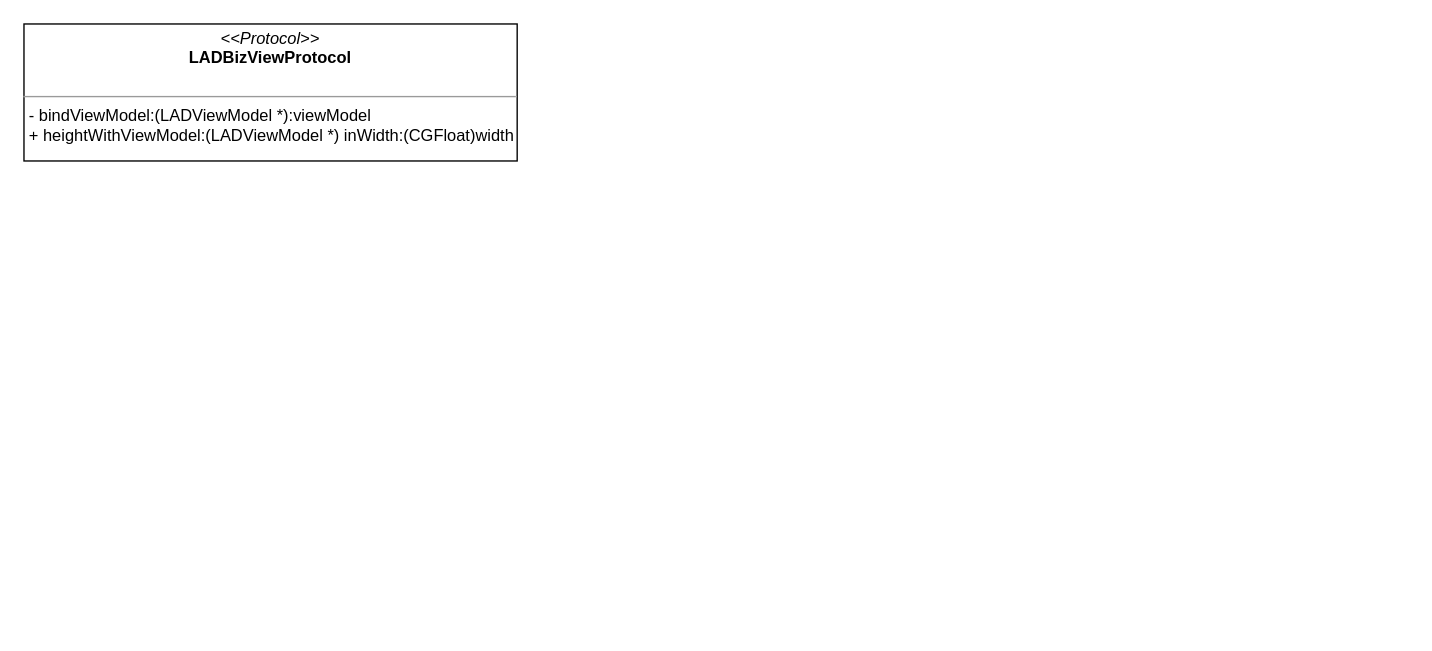
Earlier version of the draw.io diagram Lazada-LADomino-UML.drawio (hackjie/draw.io.charts). Source tidied: cells renumbered, new cells numbered last; positions are measured from the earlier drawing's top-left corner, leaving out a move shared by most shapes. Both pictures are drawn from the tidied source at 137%, with x=0, y=0 at pixel (23, 23).
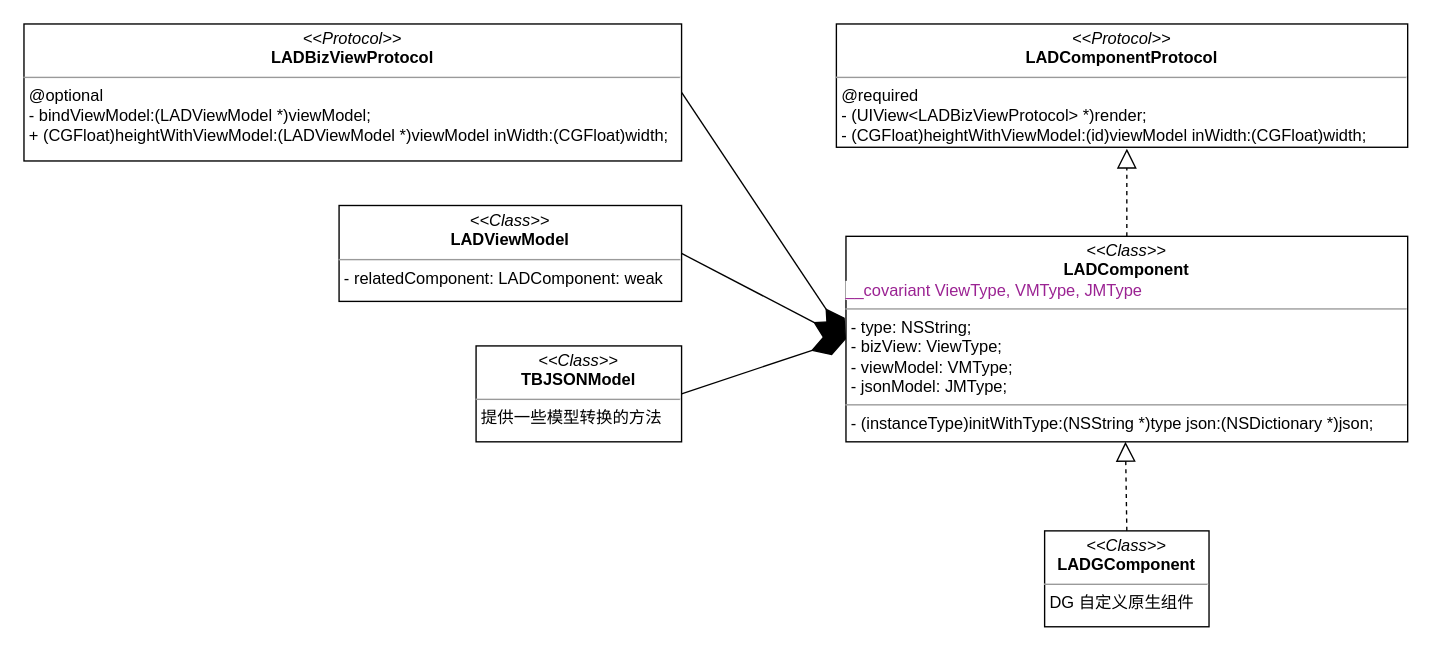
The same diagram, later.

What changed in the source:
```diff
@@
 <mxGraphModel>
   <root>
     <mxCell id="0" />
     <mxCell id="1" parent="0" />
-    <mxCell id="2" value="&lt;p style=&quot;margin: 0px ; margin-top: 4px ; text-align: center&quot;&gt;&lt;i&gt;&amp;lt;&amp;lt;Protocol&amp;gt;&amp;gt;&lt;/i&gt;&lt;br&gt;&lt;b&gt;LADBizViewProtocol&lt;/b&gt;&lt;/p&gt;&lt;p style=&quot;margin: 0px ; margin-left: 4px&quot;&gt;&lt;br&gt;&lt;/p&gt;&lt;hr size=&quot;1&quot;&gt;&lt;p style=&quot;margin: 0px ; margin-left: 4px&quot;&gt;- bindViewModel:(LADViewModel *):viewModel&lt;br&gt;+ heightWithViewModel:(LADViewModel *) inWidth:(CGFloat)width&lt;/p&gt;" style="verticalAlign=top;align=left;overflow=fill;fontSize=12;fontFamily=Helvetica;html=1;" parent="1" vertex="1">
-      <mxGeometry width="360" height="100" as="geometry" />
+    <mxCell id="2" value="&lt;p style=&quot;margin: 0px ; margin-top: 4px ; text-align: center&quot;&gt;&lt;i&gt;&amp;lt;&amp;lt;Protocol&amp;gt;&amp;gt;&lt;/i&gt;&lt;br&gt;&lt;b&gt;LADBizViewProtocol&lt;/b&gt;&lt;/p&gt;&lt;hr size=&quot;1&quot;&gt;&lt;p style=&quot;margin: 0px ; margin-left: 4px&quot;&gt;@optional&lt;/p&gt;&lt;p style=&quot;margin: 0px ; margin-left: 4px&quot;&gt;- bindViewModel:(LADViewModel *)viewModel;&lt;br&gt;+ (CGFloat)heightWithViewModel:(LADViewModel *)viewModel inWidth:(CGFloat)width;&lt;/p&gt;" style="verticalAlign=top;align=left;overflow=fill;fontSize=12;fontFamily=Helvetica;html=1;" parent="1" vertex="1">
+      <mxGeometry width="480" height="100" as="geometry" />
     </mxCell>
+    <mxCell id="3" value="&lt;p style=&quot;margin: 0px ; margin-top: 4px ; text-align: center&quot;&gt;&lt;i&gt;&amp;lt;&amp;lt;Class&amp;gt;&amp;gt;&lt;/i&gt;&lt;br&gt;&lt;b&gt;LADViewModel&lt;/b&gt;&lt;/p&gt;&lt;hr size=&quot;1&quot;&gt;&lt;p style=&quot;margin: 0px ; margin-left: 4px&quot;&gt;- relatedComponent: LADComponent: weak&lt;/p&gt;" style="verticalAlign=top;align=left;overflow=fill;fontSize=12;fontFamily=Helvetica;html=1;" parent="1" vertex="1">
+      <mxGeometry x="230" y="132.5" width="250" height="70" as="geometry" />
+    </mxCell>
+    <mxCell id="4" value="&lt;p style=&quot;margin: 0px ; margin-top: 4px ; text-align: center&quot;&gt;&lt;i&gt;&amp;lt;&amp;lt;Class&amp;gt;&amp;gt;&lt;/i&gt;&lt;br&gt;&lt;b&gt;TBJSONModel&lt;/b&gt;&lt;/p&gt;&lt;hr size=&quot;1&quot;&gt;&lt;p style=&quot;margin: 0px ; margin-left: 4px&quot;&gt;提供一些模型转换的方法&lt;/p&gt;" style="verticalAlign=top;align=left;overflow=fill;fontSize=12;fontFamily=Helvetica;html=1;" parent="1" vertex="1">
+      <mxGeometry x="330" y="235" width="150" height="70" as="geometry" />
+    </mxCell>
+    <mxCell id="5" value="&lt;p style=&quot;margin: 0px ; margin-top: 4px ; text-align: center&quot;&gt;&lt;i&gt;&amp;lt;&amp;lt;Protocol&amp;gt;&amp;gt;&lt;/i&gt;&lt;br&gt;&lt;b&gt;LADComponentProtocol&lt;/b&gt;&lt;/p&gt;&lt;hr size=&quot;1&quot;&gt;&lt;p style=&quot;margin: 0px ; margin-left: 4px&quot;&gt;@required&lt;/p&gt;&lt;p style=&quot;margin: 0px ; margin-left: 4px&quot;&gt;- (UIView&amp;lt;LADBizViewProtocol&amp;gt; *)render;&lt;br&gt;- (CGFloat)heightWithViewModel:(id)viewModel inWidth:(CGFloat)width;&lt;/p&gt;" style="verticalAlign=top;align=left;overflow=fill;fontSize=12;fontFamily=Helvetica;html=1;" parent="1" vertex="1">
+      <mxGeometry x="593" width="417" height="90" as="geometry" />
+    </mxCell>
+    <mxCell id="6" style="endArrow=block;dashed=1;endFill=0;endSize=12;html=1;exitX=0.5;exitY=0;exitDx=0;exitDy=0;" parent="1" edge="1" source="7">
+      <mxGeometry relative="1" as="geometry">
+        <mxPoint x="805" y="91" as="targetPoint" />
+      </mxGeometry>
+    </mxCell>
+    <mxCell id="7" value="&lt;p style=&quot;margin: 0px ; margin-top: 4px ; text-align: center&quot;&gt;&lt;i&gt;&amp;lt;&amp;lt;Class&amp;gt;&amp;gt;&lt;/i&gt;&lt;br&gt;&lt;b&gt;LADComponent&lt;/b&gt;&lt;/p&gt;&lt;p style=&quot;margin: 0px ; font-stretch: normal ; line-height: normal ; color: rgb(155 , 35 , 147) ; background-color: rgb(255 , 255 , 255)&quot;&gt;__covariant ViewType, VMType, JMType&lt;/p&gt;&lt;hr size=&quot;1&quot;&gt;&lt;p style=&quot;margin: 0px 0px 0px 4px&quot;&gt;- type: NSString;&lt;/p&gt;&lt;p style=&quot;margin: 0px 0px 0px 4px&quot;&gt;- bizView: ViewType;&lt;/p&gt;&lt;p style=&quot;margin: 0px 0px 0px 4px&quot;&gt;- viewModel: VMType;&lt;/p&gt;&lt;p style=&quot;margin: 0px 0px 0px 4px&quot;&gt;- jsonModel: JMType;&lt;/p&gt;&lt;hr size=&quot;1&quot;&gt;&lt;p style=&quot;margin: 0px ; margin-left: 4px&quot;&gt;- (instanceType)initWithType:(NSString *)type json:(NSDictionary *)json;&lt;br&gt;&lt;/p&gt;" style="verticalAlign=top;align=left;overflow=fill;fontSize=12;fontFamily=Helvetica;html=1;" parent="1" vertex="1">
+      <mxGeometry x="600" y="155" width="410" height="150" as="geometry" />
+    </mxCell>
+    <mxCell id="8" style="endArrow=diamondThin;endFill=1;endSize=24;html=1;entryX=0;entryY=0.5;entryDx=0;entryDy=0;exitX=1;exitY=0.5;exitDx=0;exitDy=0;" parent="1" edge="1" source="2" target="7">
+      <mxGeometry relative="1" as="geometry" />
+    </mxCell>
+    <mxCell id="9" style="endArrow=diamondThin;endFill=1;endSize=24;html=1;entryX=0;entryY=0.5;entryDx=0;entryDy=0;exitX=1;exitY=0.5;exitDx=0;exitDy=0;" parent="1" edge="1" source="3" target="7">
+      <mxGeometry relative="1" as="geometry" />
+    </mxCell>
+    <mxCell id="10" style="endArrow=diamondThin;endFill=1;endSize=24;html=1;entryX=0;entryY=0.5;entryDx=0;entryDy=0;exitX=1;exitY=0.5;exitDx=0;exitDy=0;" parent="1" edge="1" source="4" target="7">
+      <mxGeometry relative="1" as="geometry" />
+    </mxCell>
+    <mxCell id="11" value="&lt;p style=&quot;margin: 0px ; margin-top: 4px ; text-align: center&quot;&gt;&lt;i&gt;&amp;lt;&amp;lt;Class&amp;gt;&amp;gt;&lt;/i&gt;&lt;br&gt;&lt;b&gt;LADGComponent&lt;/b&gt;&lt;/p&gt;&lt;hr size=&quot;1&quot;&gt;&lt;p style=&quot;margin: 0px ; margin-left: 4px&quot;&gt;DG 自定义原生组件&lt;/p&gt;" style="verticalAlign=top;align=left;overflow=fill;fontSize=12;fontFamily=Helvetica;html=1;" parent="1" vertex="1">
+      <mxGeometry x="745" y="370" width="120" height="70" as="geometry" />
+    </mxCell>
+    <mxCell id="12" style="endArrow=block;dashed=1;endFill=0;endSize=12;html=1;entryX=0.53;entryY=1.011;entryDx=0;entryDy=0;entryPerimeter=0;exitX=0.5;exitY=0;exitDx=0;exitDy=0;" parent="1" edge="1" source="11">
+      <mxGeometry relative="1" as="geometry">
+        <mxPoint x="804" y="305" as="targetPoint" />
+      </mxGeometry>
+    </mxCell>
   </root>
 </mxGraphModel>
```
